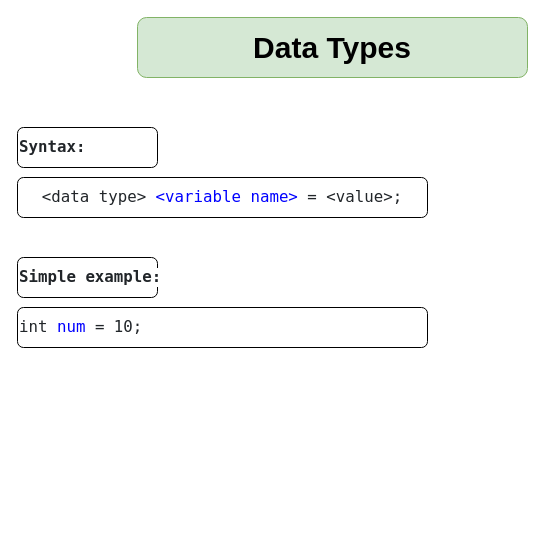
This is page "Page-8" (8 of 10) of Untitled Diagram.drawio from Alnzir-developer/Alnzir, a draw.io file, before an edit. Source tidied: cells renumbered, new cells numbered last; positions are measured from the earlier drawing's top-left corner, leaving out a move shared by most shapes. Both pictures are drawn from the tidied source at 100%, with x=0, y=0 at pixel (17, 17).
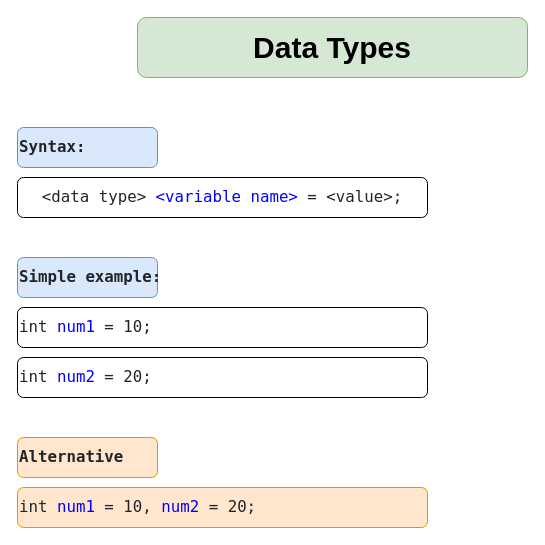
Above is the later version.

What changed in the source:
```diff
@@
 <mxGraphModel>
   <root>
     <mxCell id="0" />
     <mxCell id="1" parent="0" />
     <mxCell id="2" value="&lt;pre style=&quot;box-sizing: border-box; font-family: SFMono-Regular, Menlo, Monaco, Consolas, &amp;quot;Liberation Mono&amp;quot;, &amp;quot;Courier New&amp;quot;, monospace; font-size: 15.75px; margin-top: 0px; margin-bottom: 0px; overflow: auto; border: 0px; background-color: rgb(255, 255, 255); text-align: justify;&quot;&gt;&lt;span style=&quot;color: rgb(33, 37, 41);&quot;&gt;&amp;lt;data type&amp;gt; &lt;/span&gt;&lt;font color=&quot;#0000ff&quot;&gt;&amp;lt;variable name&amp;gt;&lt;/font&gt;&lt;font color=&quot;#212529&quot;&gt; = &amp;lt;value&amp;gt;;&lt;/font&gt;&lt;/pre&gt;" style="rounded=1;whiteSpace=wrap;html=1;" parent="1" vertex="1">
       <mxGeometry y="160" width="410" height="40" as="geometry" />
     </mxCell>
     <mxCell id="3" value="&lt;font size=&quot;1&quot; style=&quot;&quot;&gt;&lt;b style=&quot;font-size: 30px;&quot;&gt;Data Types&lt;/b&gt;&lt;/font&gt;" style="rounded=1;whiteSpace=wrap;html=1;fillColor=#d5e8d4;strokeColor=#82b366;" parent="1" vertex="1">
       <mxGeometry x="120" width="390" height="60" as="geometry" />
     </mxCell>
-    <mxCell id="4" value="&lt;pre style=&quot;box-sizing: border-box; font-family: SFMono-Regular, Menlo, Monaco, Consolas, &amp;quot;Liberation Mono&amp;quot;, &amp;quot;Courier New&amp;quot;, monospace; font-size: 15.75px; margin-top: 0px; margin-bottom: 0px; overflow: auto; border: 0px; background-color: rgb(255, 255, 255);&quot;&gt;&lt;span style=&quot;color: rgb(33, 37, 41);&quot;&gt;int &lt;/span&gt;&lt;font color=&quot;#0000ff&quot;&gt;num &lt;/font&gt;&lt;font color=&quot;#212529&quot;&gt;= 10;&lt;/font&gt;&lt;/pre&gt;" style="rounded=1;whiteSpace=wrap;html=1;align=left;" parent="1" vertex="1">
+    <mxCell id="4" value="&lt;pre style=&quot;box-sizing: border-box; font-family: SFMono-Regular, Menlo, Monaco, Consolas, &amp;quot;Liberation Mono&amp;quot;, &amp;quot;Courier New&amp;quot;, monospace; font-size: 15.75px; margin-top: 0px; margin-bottom: 0px; overflow: auto; border: 0px; background-color: rgb(255, 255, 255);&quot;&gt;&lt;span style=&quot;color: rgb(33, 37, 41);&quot;&gt;int &lt;/span&gt;&lt;font color=&quot;#0000ff&quot;&gt;num1 &lt;/font&gt;&lt;font color=&quot;#212529&quot;&gt;= 10;&lt;/font&gt;&lt;/pre&gt;" style="rounded=1;whiteSpace=wrap;html=1;align=left;" parent="1" vertex="1">
       <mxGeometry y="290" width="410" height="40" as="geometry" />
     </mxCell>
-    <mxCell id="5" value="&lt;pre style=&quot;box-sizing: border-box; font-family: SFMono-Regular, Menlo, Monaco, Consolas, &amp;quot;Liberation Mono&amp;quot;, &amp;quot;Courier New&amp;quot;, monospace; font-size: 15.75px; margin-top: 0px; margin-bottom: 0px; overflow: auto; color: rgb(33, 37, 41); border: 0px; background-color: rgb(255, 255, 255);&quot;&gt;Simple example:&lt;/pre&gt;" style="rounded=1;whiteSpace=wrap;html=1;align=left;fontStyle=1;" parent="1" vertex="1">
+    <mxCell id="5" value="&lt;pre style=&quot;box-sizing: border-box; font-family: SFMono-Regular, Menlo, Monaco, Consolas, &amp;quot;Liberation Mono&amp;quot;, &amp;quot;Courier New&amp;quot;, monospace; font-size: 15.75px; margin-top: 0px; margin-bottom: 0px; overflow: auto; color: rgb(33, 37, 41); border: 0px;&quot;&gt;Simple example:&lt;/pre&gt;" style="rounded=1;whiteSpace=wrap;html=1;align=left;fontStyle=1;fillColor=#dae8fc;strokeColor=#6c8ebf;" parent="1" vertex="1">
       <mxGeometry y="240" width="140" height="40" as="geometry" />
     </mxCell>
-    <mxCell id="6" value="&lt;pre style=&quot;box-sizing: border-box; font-family: SFMono-Regular, Menlo, Monaco, Consolas, &amp;quot;Liberation Mono&amp;quot;, &amp;quot;Courier New&amp;quot;, monospace; font-size: 15.75px; margin-top: 0px; margin-bottom: 0px; overflow: auto; color: rgb(33, 37, 41); border: 0px; background-color: rgb(255, 255, 255);&quot;&gt;Syntax:&lt;/pre&gt;" style="rounded=1;whiteSpace=wrap;html=1;align=left;fontStyle=1;" parent="1" vertex="1">
+    <mxCell id="6" value="&lt;pre style=&quot;box-sizing: border-box; font-family: SFMono-Regular, Menlo, Monaco, Consolas, &amp;quot;Liberation Mono&amp;quot;, &amp;quot;Courier New&amp;quot;, monospace; font-size: 15.75px; margin-top: 0px; margin-bottom: 0px; overflow: auto; color: rgb(33, 37, 41); border: 0px;&quot;&gt;Syntax:&lt;/pre&gt;" style="rounded=1;whiteSpace=wrap;html=1;align=left;fontStyle=1;fillColor=#dae8fc;strokeColor=#6c8ebf;" parent="1" vertex="1">
       <mxGeometry y="110" width="140" height="40" as="geometry" />
     </mxCell>
+    <mxCell id="7" value="&lt;pre style=&quot;box-sizing: border-box; font-family: SFMono-Regular, Menlo, Monaco, Consolas, &amp;quot;Liberation Mono&amp;quot;, &amp;quot;Courier New&amp;quot;, monospace; font-size: 15.75px; margin-top: 0px; margin-bottom: 0px; overflow: auto; border: 0px; background-color: rgb(255, 255, 255);&quot;&gt;&lt;span style=&quot;color: rgb(33, 37, 41);&quot;&gt;int &lt;/span&gt;&lt;font color=&quot;#0000ff&quot;&gt;num2 &lt;/font&gt;&lt;font color=&quot;#212529&quot;&gt;= 20;&lt;/font&gt;&lt;/pre&gt;" style="rounded=1;whiteSpace=wrap;html=1;align=left;" parent="1" vertex="1">
+      <mxGeometry y="340" width="410" height="40" as="geometry" />
+    </mxCell>
+    <mxCell id="8" value="&lt;pre style=&quot;box-sizing: border-box; font-family: SFMono-Regular, Menlo, Monaco, Consolas, &amp;quot;Liberation Mono&amp;quot;, &amp;quot;Courier New&amp;quot;, monospace; font-size: 15.75px; margin-top: 0px; margin-bottom: 0px; overflow: auto; color: rgb(33, 37, 41); border: 0px;&quot;&gt;Alternative&lt;/pre&gt;" style="rounded=1;whiteSpace=wrap;html=1;align=left;fontStyle=1;fillColor=#ffe6cc;strokeColor=#d79b00;" parent="1" vertex="1">
+      <mxGeometry y="420" width="140" height="40" as="geometry" />
+    </mxCell>
+    <mxCell id="9" value="&lt;pre style=&quot;box-sizing: border-box; font-family: SFMono-Regular, Menlo, Monaco, Consolas, &amp;quot;Liberation Mono&amp;quot;, &amp;quot;Courier New&amp;quot;, monospace; font-size: 15.75px; margin-top: 0px; margin-bottom: 0px; overflow: auto; border: 0px;&quot;&gt;&lt;pre style=&quot;box-sizing: border-box; font-family: SFMono-Regular, Menlo, Monaco, Consolas, &amp;quot;Liberation Mono&amp;quot;, &amp;quot;Courier New&amp;quot;, monospace; margin-top: 0px; margin-bottom: 0px; overflow: auto; border: 0px;&quot;&gt;&lt;span style=&quot;color: rgb(33, 37, 41);&quot;&gt;int &lt;/span&gt;&lt;font style=&quot;&quot; color=&quot;#0000ff&quot;&gt;num1 &lt;/font&gt;&lt;font style=&quot;&quot; color=&quot;#212529&quot;&gt;= 10, &lt;/font&gt;&lt;font style=&quot;&quot; color=&quot;#0000ff&quot;&gt;num2 &lt;/font&gt;&lt;font style=&quot;&quot; color=&quot;#212529&quot;&gt;= 20;&amp;nbsp;&lt;/font&gt;&lt;/pre&gt;&lt;/pre&gt;" style="rounded=1;whiteSpace=wrap;html=1;align=left;fillColor=#ffe6cc;strokeColor=#d79b00;" parent="1" vertex="1">
+      <mxGeometry y="470" width="410" height="40" as="geometry" />
+    </mxCell>
   </root>
 </mxGraphModel>
```
